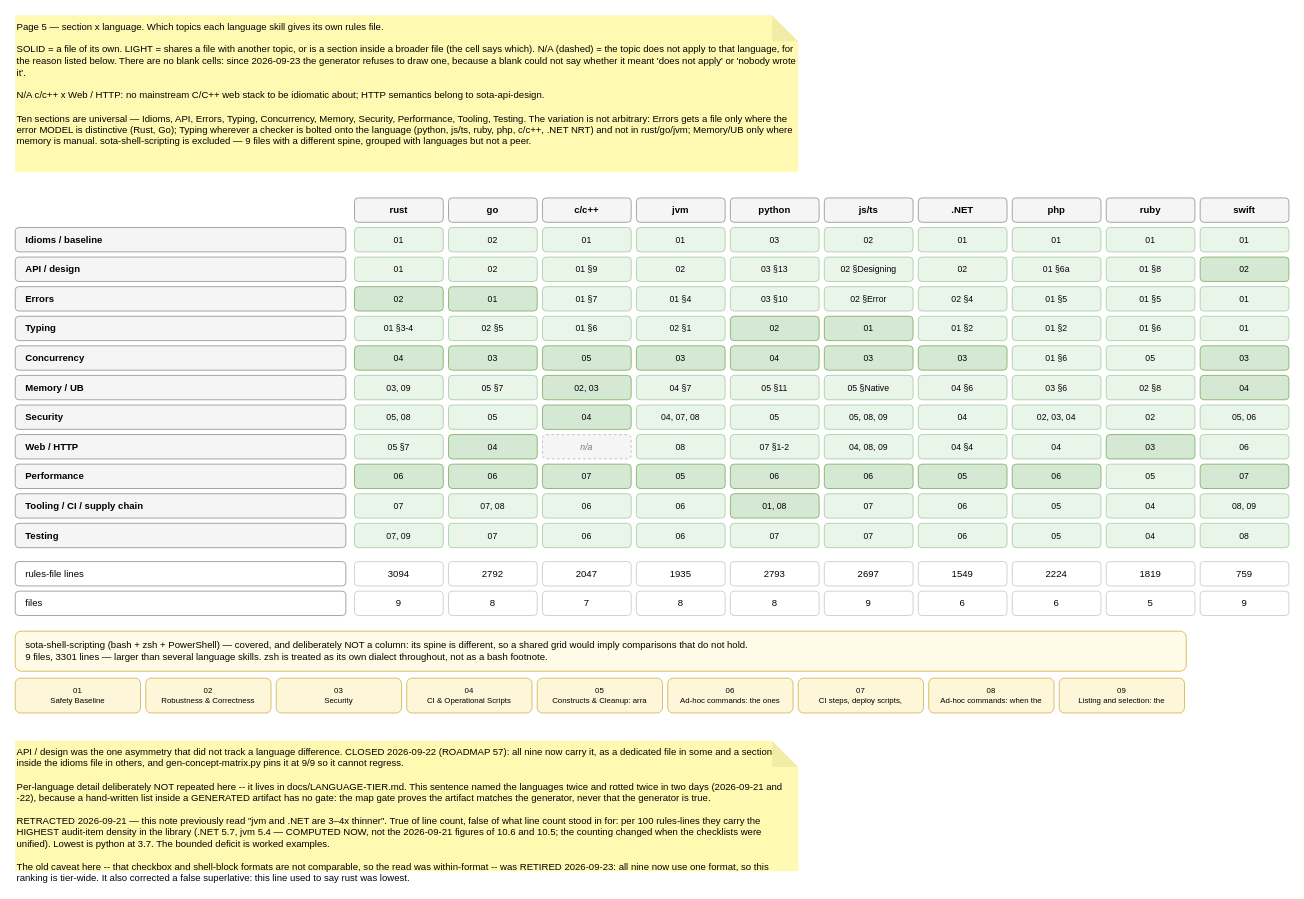
This is page "5 · Section x language" (5 of 8) of docs/skill-map.drawio from martinholovsky/SOTA-skills, a draw.io file, before an edit. Source tidied: cells renumbered, new cells numbered last; positions are measured from the earlier drawing's top-left corner, leaving out a move shared by most shapes. Both pictures are drawn from the tidied source at 87%, with x=0, y=0 at pixel (15, 15).
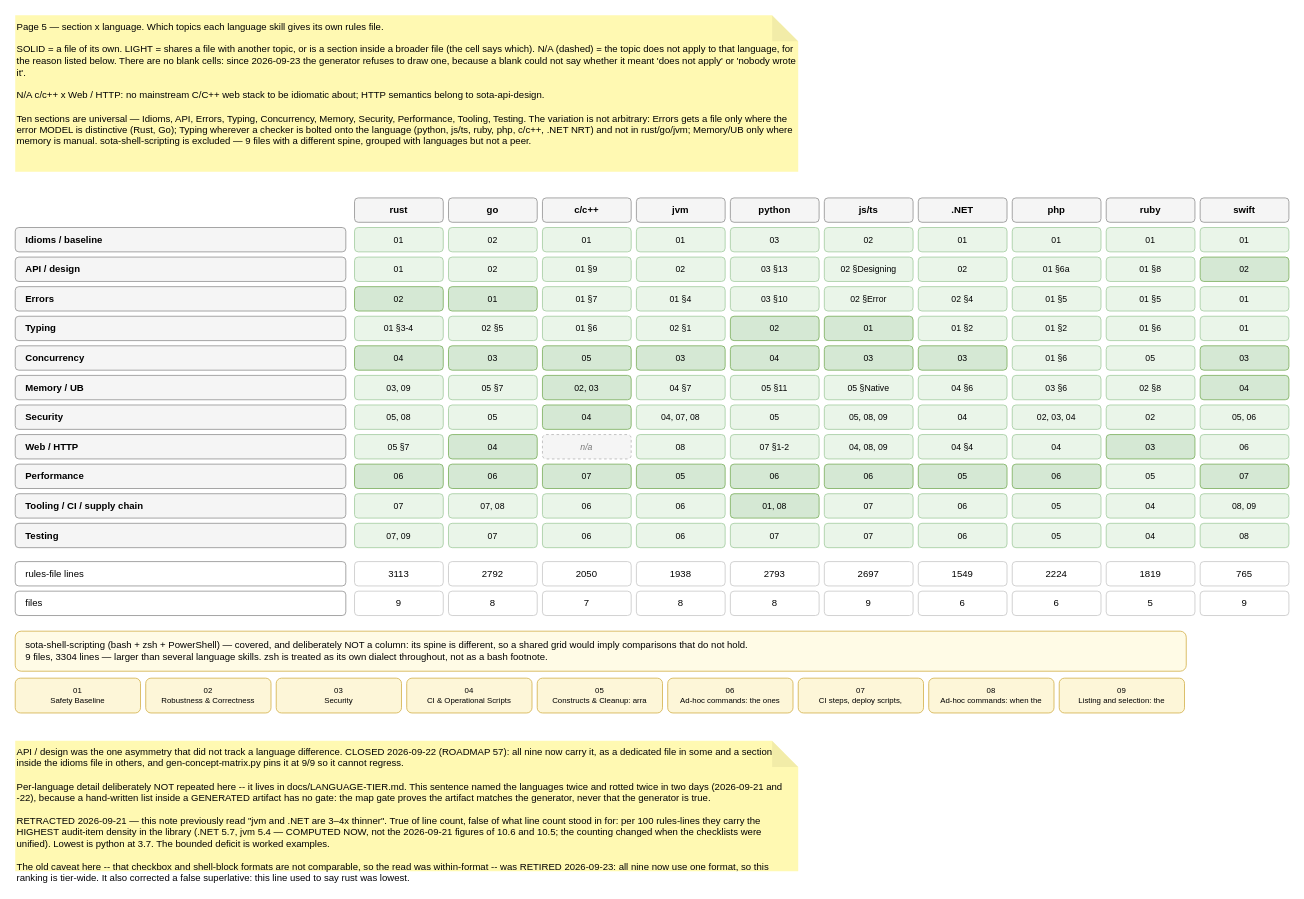
The same page after the edit.

Diff of the diagram source:
```diff
@@
-    <mxCell id="135" value="3094" style="rounded=1;whiteSpace=wrap;html=1;fontSize=11;fillColor=#ffffff;strokeColor=#cccccc;fontSize=11;" parent="1" vertex="1">
+    <mxCell id="135" value="3113" style="rounded=1;whiteSpace=wrap;html=1;fontSize=11;fillColor=#ffffff;strokeColor=#cccccc;fontSize=11;" parent="1" vertex="1">
       <mxGeometry x="390" y="628" width="102" height="28" as="geometry" />
     </mxCell>
@@
-    <mxCell id="137" value="2047" style="rounded=1;whiteSpace=wrap;html=1;fontSize=11;fillColor=#ffffff;strokeColor=#cccccc;fontSize=11;" parent="1" vertex="1">
+    <mxCell id="137" value="2050" style="rounded=1;whiteSpace=wrap;html=1;fontSize=11;fillColor=#ffffff;strokeColor=#cccccc;fontSize=11;" parent="1" vertex="1">
       <mxGeometry x="606" y="628" width="102" height="28" as="geometry" />
     </mxCell>
-    <mxCell id="138" value="1935" style="rounded=1;whiteSpace=wrap;html=1;fontSize=11;fillColor=#ffffff;strokeColor=#cccccc;fontSize=11;" parent="1" vertex="1">
+    <mxCell id="138" value="1938" style="rounded=1;whiteSpace=wrap;html=1;fontSize=11;fillColor=#ffffff;strokeColor=#cccccc;fontSize=11;" parent="1" vertex="1">
       <mxGeometry x="714" y="628" width="102" height="28" as="geometry" />
     </mxCell>
@@
-    <mxCell id="144" value="759" style="rounded=1;whiteSpace=wrap;html=1;fontSize=11;fillColor=#ffffff;strokeColor=#cccccc;fontSize=11;" parent="1" vertex="1">
+    <mxCell id="144" value="765" style="rounded=1;whiteSpace=wrap;html=1;fontSize=11;fillColor=#ffffff;strokeColor=#cccccc;fontSize=11;" parent="1" vertex="1">
       <mxGeometry x="1362" y="628" width="102" height="28" as="geometry" />
     </mxCell>
@@
-    <mxCell id="156" value="sota-shell-scripting (bash + zsh + PowerShell) — covered, and deliberately NOT a column: its spine is different, so a shared grid would imply comparisons that do not hold.&lt;br&gt;9 files, 3301 lines — larger than several language skills. zsh is treated as its own dialect throughout, not as a bash footnote." style="rounded=1;whiteSpace=wrap;html=1;fontSize=11;fillColor=#fffbe6;strokeColor=#d6b656;align=left;spacingLeft=10;verticalAlign=middle;fontSize=11;" parent="1" vertex="1">
+    <mxCell id="156" value="sota-shell-scripting (bash + zsh + PowerShell) — covered, and deliberately NOT a column: its spine is different, so a shared grid would imply comparisons that do not hold.&lt;br&gt;9 files, 3304 lines — larger than several language skills. zsh is treated as its own dialect throughout, not as a bash footnote." style="rounded=1;whiteSpace=wrap;html=1;fontSize=11;fillColor=#fffbe6;strokeColor=#d6b656;align=left;spacingLeft=10;verticalAlign=middle;fontSize=11;" parent="1" vertex="1">
       <mxGeometry y="708" width="1346" height="46" as="geometry" />
     </mxCell>
```
